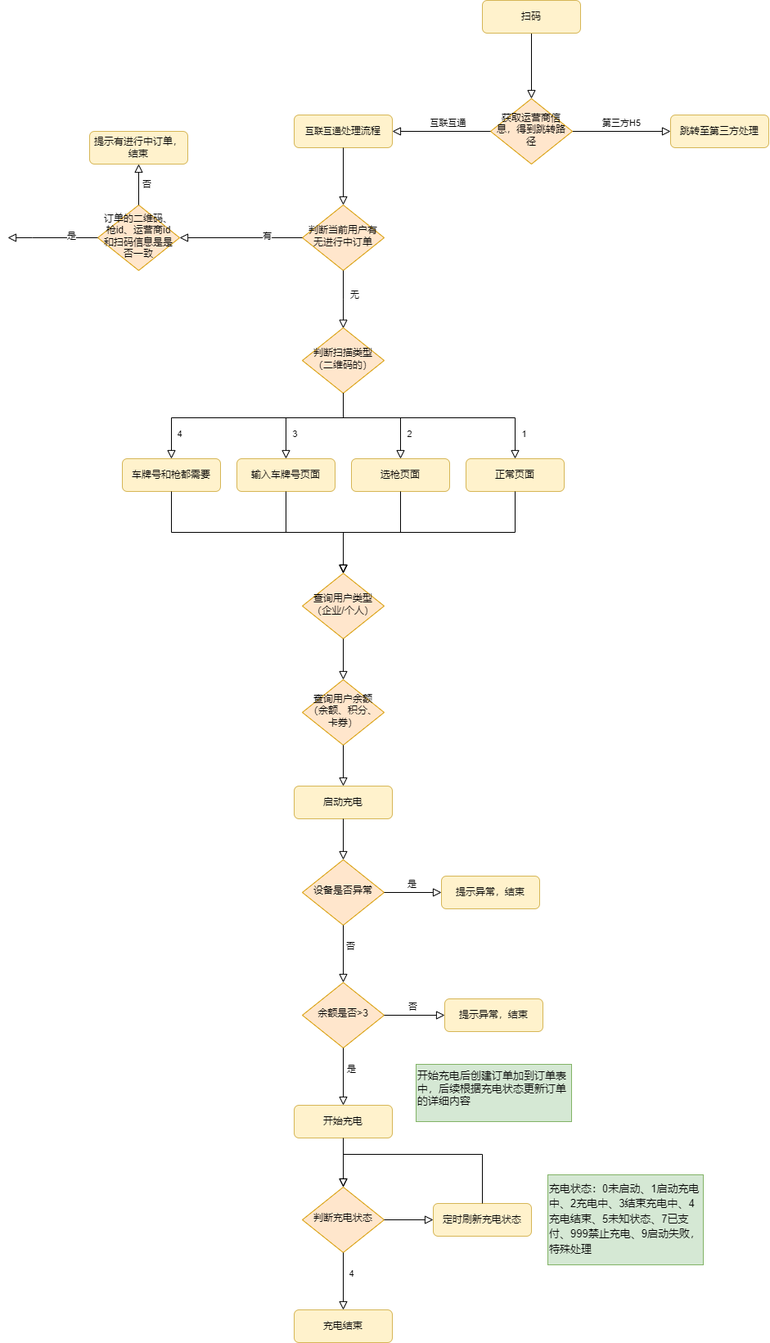
ren9901/tourism-j2ee-wx keeps this draw.io diagram as png/扫码充电流程.png. Above is the earlier version. Source tidied: cells renumbered, new cells last; positions are measured from the earlier drawing's top-left corner, leaving out a move shared by most shapes.
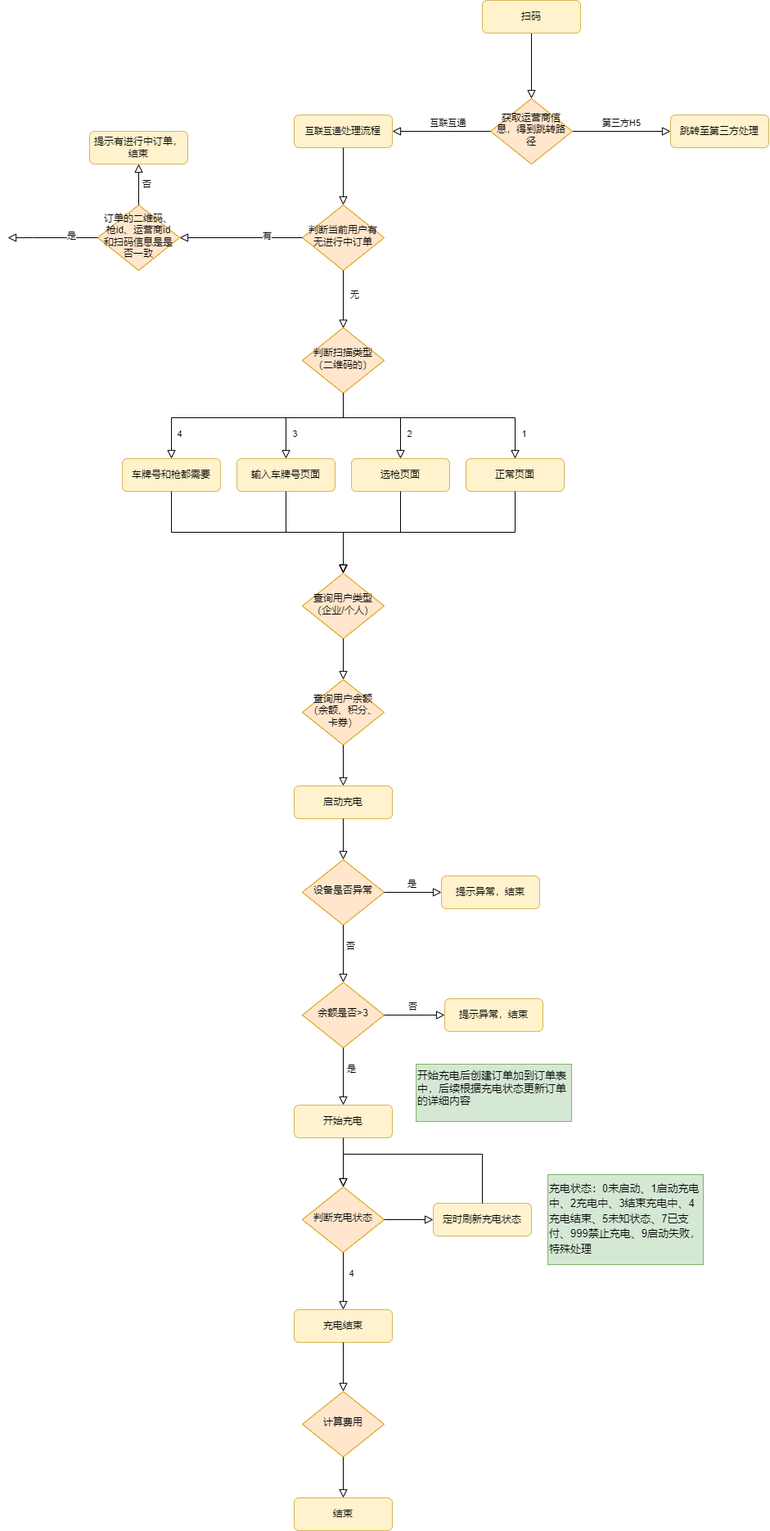
After the change.

Commit message:
更新扫码充电流程.png

Diff of the diagram source:
```diff
@@ -256,5 +256,17 @@
     <mxCell id="66" value="&lt;h1 style=&quot;margin-top: 0px; line-height: 60%;&quot;&gt;&lt;span style=&quot;font-size: 13px; font-weight: normal;&quot;&gt;充电状态：&lt;/span&gt;&lt;span style=&quot;font-size: 13px; font-weight: 400;&quot;&gt;0未启动、1启动充电中、2充电中、3结束充电中、4充电结束、5未知状态、7已支付、999禁止充电、9启动失败，特殊处理&lt;/span&gt;&lt;/h1&gt;" style="text;html=1;whiteSpace=wrap;overflow=hidden;rounded=0;fillColor=#d5e8d4;strokeColor=#82b366;" parent="1" vertex="1">
       <mxGeometry x="660" y="1435" width="190" height="110" as="geometry" />
     </mxCell>
+    <mxCell id="67" value="计算费用" style="rhombus;whiteSpace=wrap;html=1;shadow=0;fontFamily=Helvetica;fontSize=12;align=center;strokeWidth=1;spacing=6;spacingTop=-4;fillColor=#ffe6cc;strokeColor=#d79b00;" parent="1" vertex="1">
+      <mxGeometry x="360" y="1700" width="100" height="80" as="geometry" />
+    </mxCell>
+    <mxCell id="68" style="edgeStyle=orthogonalEdgeStyle;rounded=0;html=1;jettySize=auto;fontSize=11;endArrow=block;endFill=0;endSize=8;strokeWidth=1;shadow=0;labelBackgroundColor=none;exitX=0.5;exitY=1;exitDx=0;exitDy=0;entryX=0.5;entryY=0;entryDx=0;entryDy=0;" parent="1" edge="1" source="65" target="67">
+      <mxGeometry x="-0.14" y="-10" relative="1" as="geometry" />
+    </mxCell>
+    <mxCell id="69" value="结束" style="rounded=1;whiteSpace=wrap;html=1;fontSize=12;glass=0;strokeWidth=1;shadow=0;fillColor=#fff2cc;strokeColor=#d6b656;" parent="1" vertex="1">
+      <mxGeometry x="350" y="1830" width="120" height="40" as="geometry" />
+    </mxCell>
+    <mxCell id="70" style="edgeStyle=orthogonalEdgeStyle;rounded=0;html=1;jettySize=auto;fontSize=11;endArrow=block;endFill=0;endSize=8;strokeWidth=1;shadow=0;labelBackgroundColor=none;exitX=0.5;exitY=1;exitDx=0;exitDy=0;entryX=0.5;entryY=0;entryDx=0;entryDy=0;" parent="1" edge="1" source="67" target="69">
+      <mxGeometry x="-0.14" y="-10" relative="1" as="geometry" />
+    </mxCell>
   </root>
 </mxGraphModel>
```
